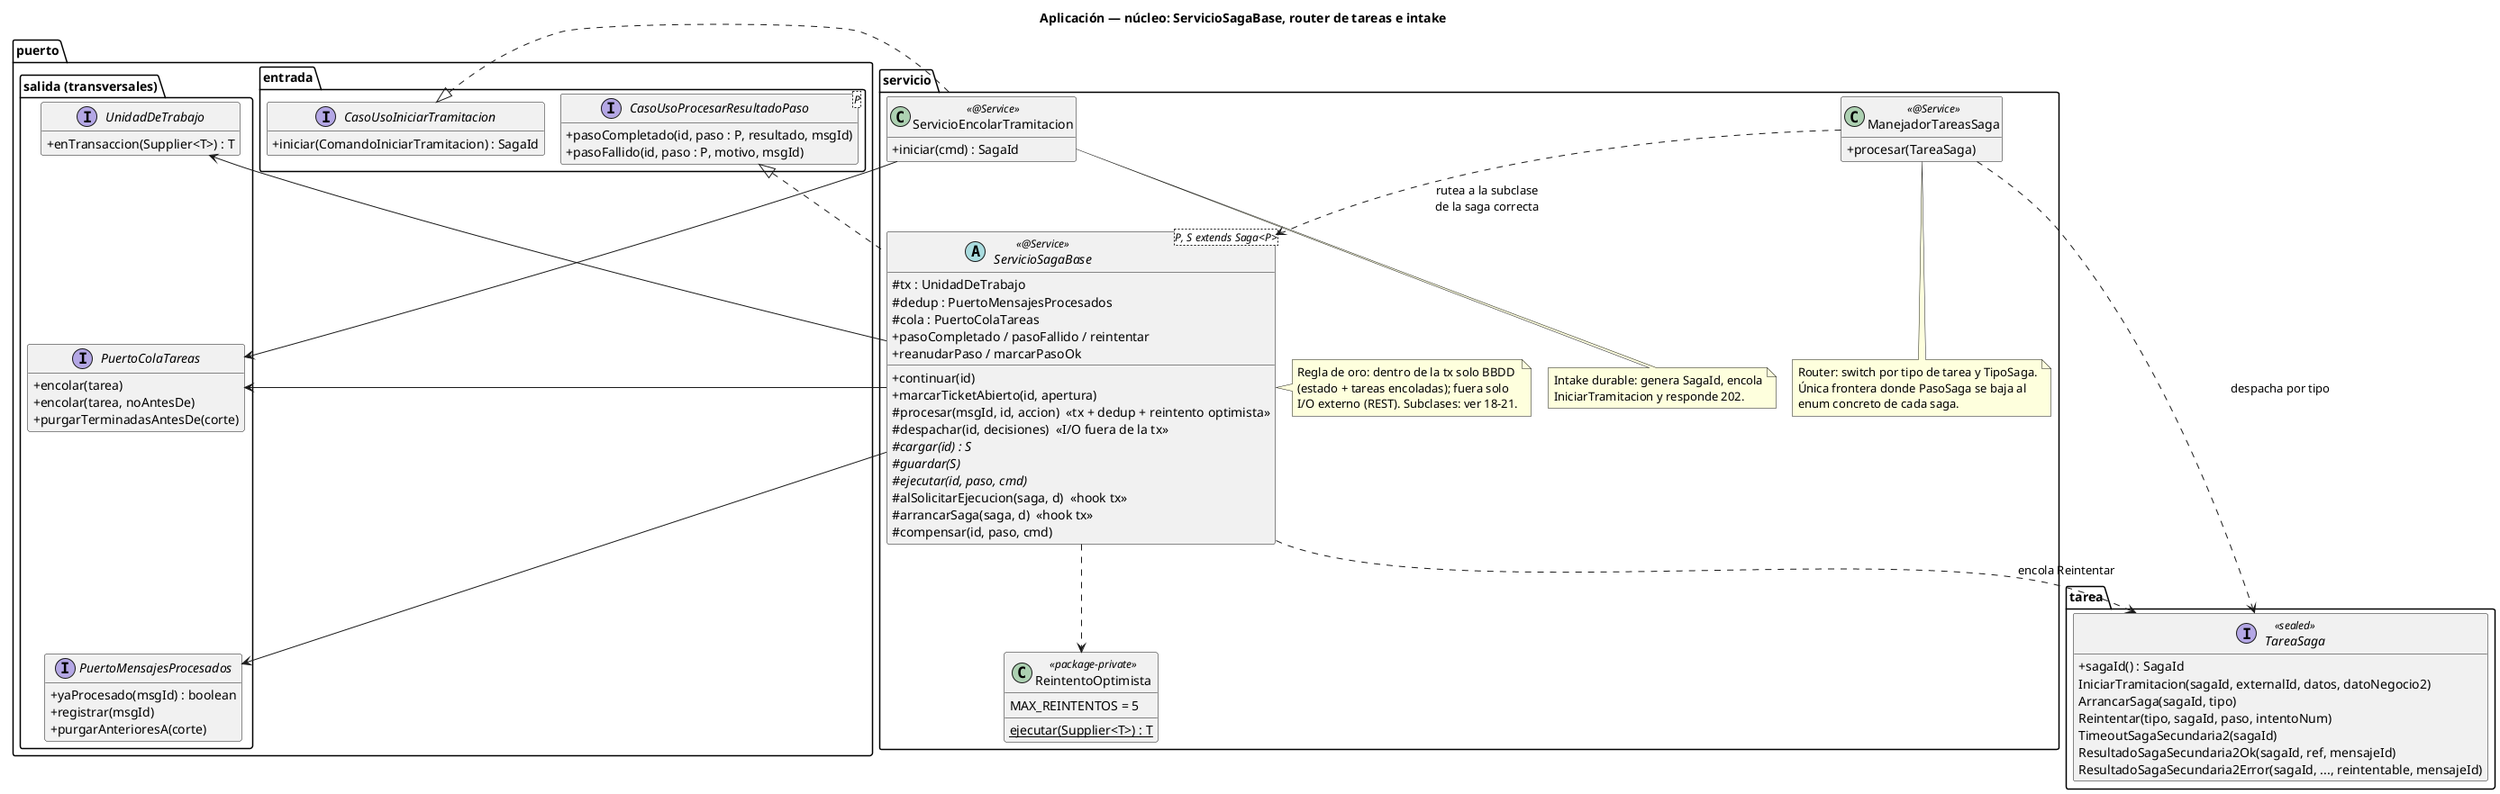
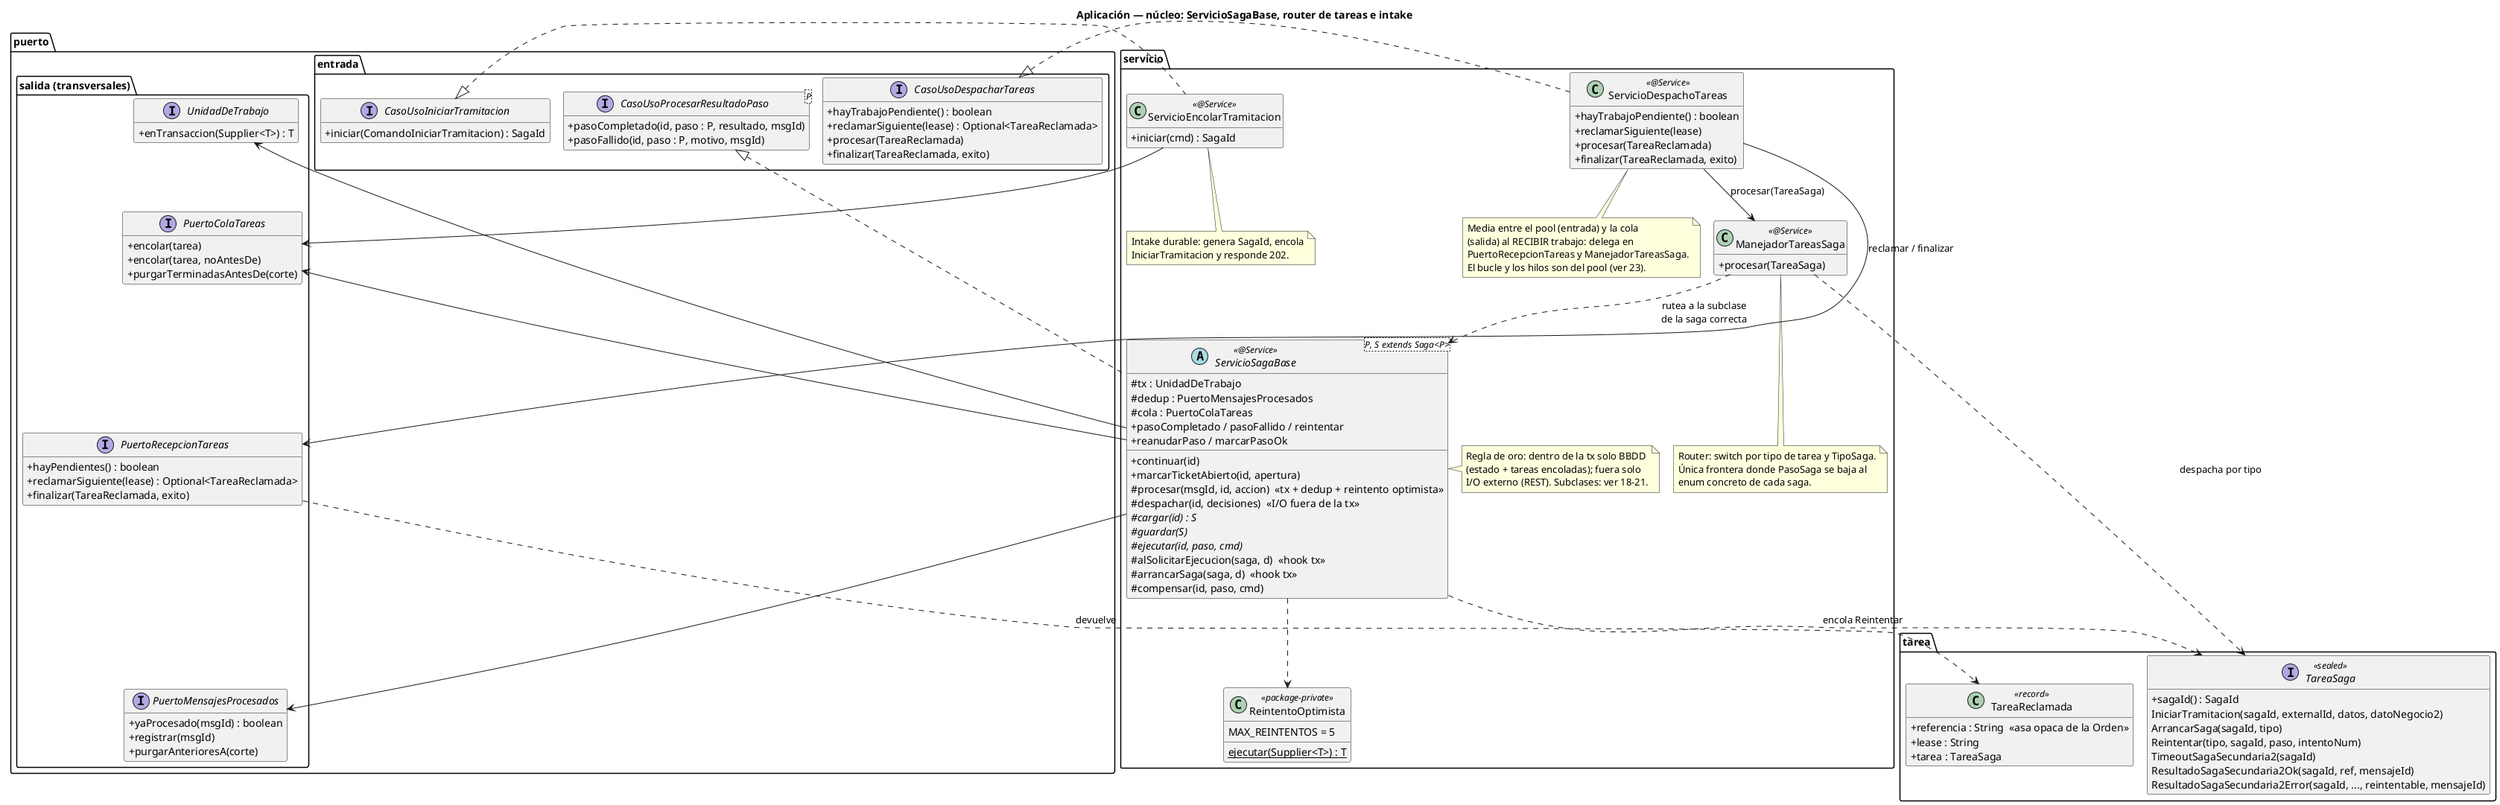
@startuml 17-clases-aplicacion-nucleo
title Aplicación — núcleo: ServicioSagaBase, router de tareas e intake
!pragma layout smetana
hide empty members
skinparam classAttributeIconSize 0

package "puerto.entrada" {
  interface CasoUsoIniciarTramitacion {
    +iniciar(ComandoIniciarTramitacion) : SagaId
  }
  interface "CasoUsoProcesarResultadoPaso<P>" as CasoUsoProcesarResultadoPaso {
    +pasoCompletado(id, paso : P, resultado, msgId)
    +pasoFallido(id, paso : P, motivo, msgId)
+   }
+   interface CasoUsoDespacharTareas {
+     +hayTrabajoPendiente() : boolean
+     +reclamarSiguiente(lease) : Optional<TareaReclamada>
+     +procesar(TareaReclamada)
+     +finalizar(TareaReclamada, exito)
  }
}

package "servicio" {
  abstract class "ServicioSagaBase<P, S extends Saga<P>>" as Base <<@Service>> {
    #tx : UnidadDeTrabajo
    #dedup : PuertoMensajesProcesados
    #cola : PuertoColaTareas
    +continuar(id)
    +pasoCompletado / pasoFallido / reintentar
    +reanudarPaso / marcarPasoOk
    +marcarTicketAbierto(id, apertura)
    #procesar(msgId, id, accion)  «tx + dedup + reintento optimista»
    #despachar(id, decisiones)  «I/O fuera de la tx»
    {abstract} #cargar(id) : S
    {abstract} #guardar(S)
    {abstract} #ejecutar(id, paso, cmd)
    #alSolicitarEjecucion(saga, d)  «hook tx»
    #arrancarSaga(saga, d)  «hook tx»
    #compensar(id, paso, cmd)
  }
  note right of Base
    Regla de oro: dentro de la tx solo BBDD
    (estado + tareas encoladas); fuera solo
    I/O externo (REST). Subclases: ver 18-21.
  end note

  class ManejadorTareasSaga <<@Service>> {
    +procesar(TareaSaga)
  }
  note bottom of ManejadorTareasSaga
    Router: switch por tipo de tarea y TipoSaga.
    Única frontera donde PasoSaga se baja al
    enum concreto de cada saga.
  end note

  class ServicioEncolarTramitacion <<@Service>> {
    +iniciar(cmd) : SagaId
  }
  note bottom of ServicioEncolarTramitacion
    Intake durable: genera SagaId, encola
    IniciarTramitacion y responde 202.
  end note

+   class ServicioDespachoTareas <<@Service>> {
+     +hayTrabajoPendiente() : boolean
+     +reclamarSiguiente(lease)
+     +procesar(TareaReclamada)
+     +finalizar(TareaReclamada, exito)
+   }
+   note bottom of ServicioDespachoTareas
+     Media entre el pool (entrada) y la cola
+     (salida) al RECIBIR trabajo: delega en
+     PuertoRecepcionTareas y ManejadorTareasSaga.
+     El bucle y los hilos son del pool (ver 23).
+   end note
+ 
  class ReintentoOptimista <<package-private>> {
    {static} ejecutar(Supplier<T>) : T
    MAX_REINTENTOS = 5
  }
}

package "tarea" {
  interface TareaSaga <<sealed>> {
    +sagaId() : SagaId
    IniciarTramitacion(sagaId, externalId, datos, datoNegocio2)
    ArrancarSaga(sagaId, tipo)
    Reintentar(tipo, sagaId, paso, intentoNum)
    TimeoutSagaSecundaria2(sagaId)
    ResultadoSagaSecundaria2Ok(sagaId, ref, mensajeId)
    ResultadoSagaSecundaria2Error(sagaId, ..., reintentable, mensajeId)
  }
+   class TareaReclamada <<record>> {
+     +referencia : String  «asa opaca de la Orden»
+     +lease : String
+     +tarea : TareaSaga
+   }
}

package "puerto.salida (transversales)" {
  interface UnidadDeTrabajo {
    +enTransaccion(Supplier<T>) : T
  }
  interface PuertoColaTareas {
    +encolar(tarea)
    +encolar(tarea, noAntesDe)
    +purgarTerminadasAntesDe(corte)
  }
+   interface PuertoRecepcionTareas {
+     +hayPendientes() : boolean
+     +reclamarSiguiente(lease) : Optional<TareaReclamada>
+     +finalizar(TareaReclamada, exito)
+   }
  interface PuertoMensajesProcesados {
    +yaProcesado(msgId) : boolean
    +registrar(msgId)
    +purgarAnterioresA(corte)
  }
}

CasoUsoIniciarTramitacion <|.. ServicioEncolarTramitacion
CasoUsoProcesarResultadoPaso <|.. Base
+ CasoUsoDespacharTareas <|.. ServicioDespachoTareas

Base --> UnidadDeTrabajo
Base --> PuertoMensajesProcesados
Base --> PuertoColaTareas
Base ..> ReintentoOptimista
Base ..> TareaSaga : encola Reintentar
ManejadorTareasSaga ..> TareaSaga : despacha por tipo
ManejadorTareasSaga ..> Base : rutea a la subclase\nde la saga correcta
ServicioEncolarTramitacion --> PuertoColaTareas
+ ServicioDespachoTareas --> PuertoRecepcionTareas : reclamar / finalizar
+ ServicioDespachoTareas --> ManejadorTareasSaga : procesar(TareaSaga)
+ PuertoRecepcionTareas ..> TareaReclamada : devuelve

UnidadDeTrabajo -[hidden]down- PuertoColaTareas
- PuertoColaTareas -[hidden]down- PuertoMensajesProcesados
+ PuertoColaTareas -[hidden]down- PuertoRecepcionTareas
+ PuertoRecepcionTareas -[hidden]down- PuertoMensajesProcesados
@enduml
